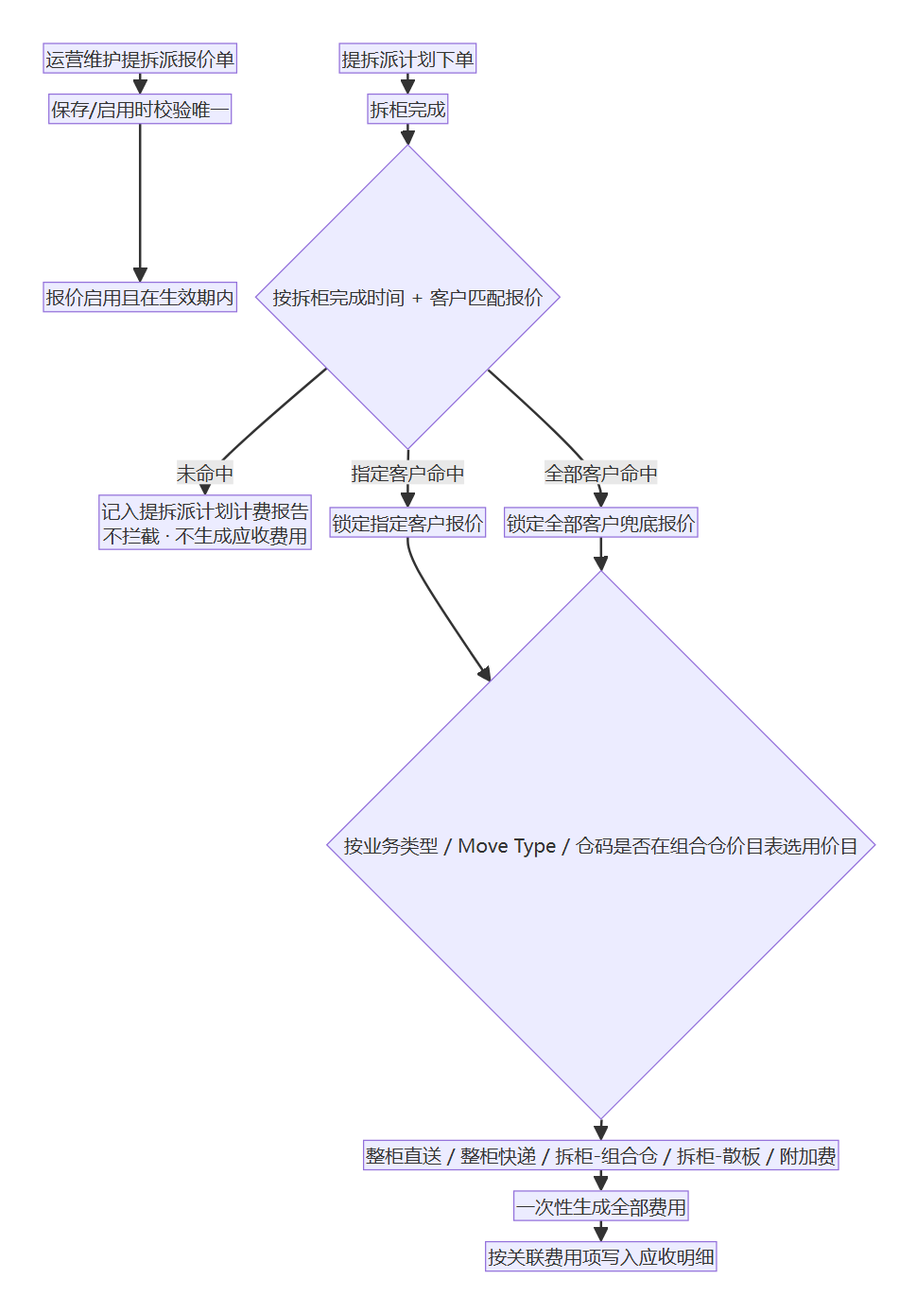
The Mermaid diagram admin/docs/images/提拆派报价/05-核心业务流程.png in Junia-Pan/MEEKOO, before a commit. Its source is kept beside it as admin/docs/diagrams/提拆派报价/05-核心业务流程.mmd.
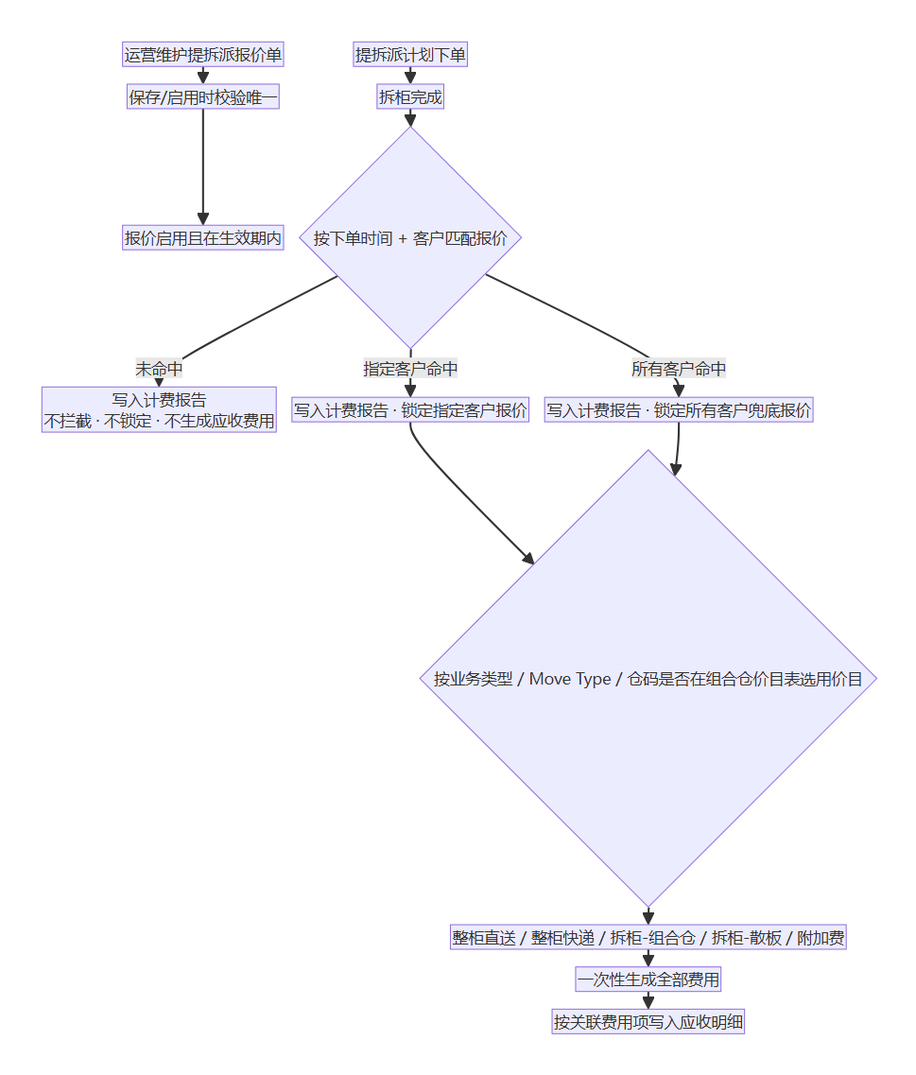
Above is the later version.

What changed in the source:
```diff
@@ -3,10 +3,10 @@
     A[运营维护提拆派报价单] --> A1[保存/启用时校验唯一]
     A1 --> B[报价启用且在生效期内]
     C[提拆派计划下单] --> I[拆柜完成]
-    I --> D{按拆柜完成时间 + 客户匹配报价}
-    D -->|未命中| L[记入提拆派计划计费报告<br/>不拦截 · 不生成应收费用]
-    D -->|指定客户命中| E[锁定指定客户报价]
-    D -->|全部客户命中| F[锁定全部客户兜底报价]
+    I --> D{按下单时间 + 客户匹配报价}
+    D -->|未命中| L[写入计费报告<br/>不拦截 · 不锁定 · 不生成应收费用]
+    D -->|指定客户命中| E[写入计费报告 · 锁定指定客户报价]
+    D -->|所有客户命中| F[写入计费报告 · 锁定所有客户兜底报价]
     E --> G{按业务类型 / Move Type / 仓码是否在组合仓价目表选用价目}
     F --> G
     G --> H[整柜直送 / 整柜快递 / 拆柜-组合仓 / 拆柜-散板 / 附加费]
```
